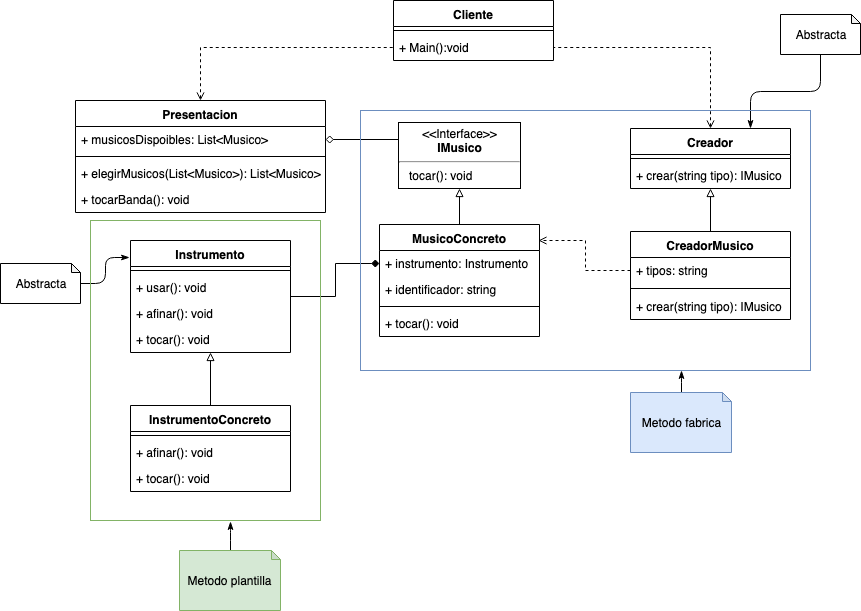
The draw.io diagram Diagrama de clases.png in felipedc09/banda-musicos, before a commit. Source tidied: cells renumbered, new cells last; positions are measured from the earlier drawing's top-left corner, leaving out a move shared by most shapes.
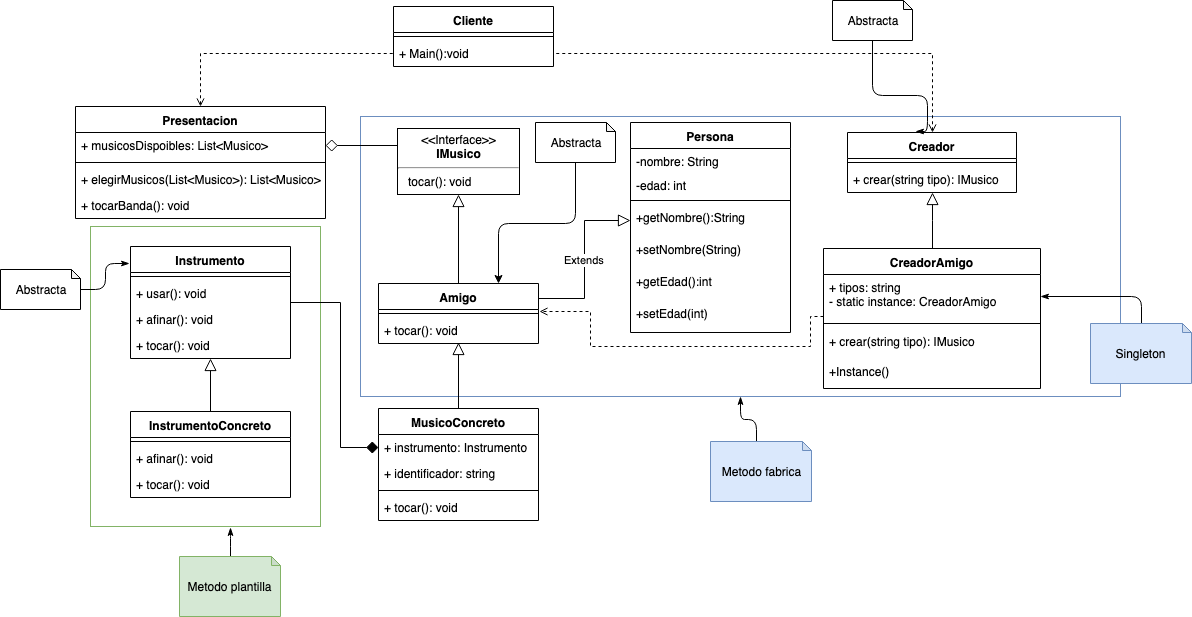
After the commit.

Commit message:
cambio diagrama de clases

Change to the diagram source:
```diff
@@ -2,6 +2,12 @@
   <root>
     <mxCell id="0" />
     <mxCell id="1" parent="0" />
+    <mxCell id="47" style="rounded=0;whiteSpace=wrap;html=1;fillColor=none;strokeColor=#82b366;" parent="1" vertex="1">
+      <mxGeometry x="90" y="220" width="230" height="300" as="geometry" />
+    </mxCell>
+    <mxCell id="46" style="rounded=0;whiteSpace=wrap;html=1;fillColor=none;strokeColor=#6c8ebf;" parent="1" vertex="1">
+      <mxGeometry x="360" y="110" width="760" height="280" as="geometry" />
+    </mxCell>
     <mxCell id="2" style="edgeStyle=orthogonalEdgeStyle;rounded=0;jettySize=auto;html=1;entryX=0;entryY=0.5;entryDx=0;entryDy=0;dashed=1;endArrow=none;endFill=0;startArrow=open;startFill=0;" parent="1" edge="1" source="3" target="38">
       <mxGeometry relative="1" as="geometry" />
     </mxCell>
@@ -20,50 +26,49 @@
     <mxCell id="7" value="+ tocarBanda(): void" style="text;strokeColor=none;fillColor=none;align=left;verticalAlign=top;spacingLeft=4;spacingRight=4;overflow=hidden;" parent="3" vertex="1">
       <mxGeometry y="86" width="250" height="26" as="geometry" />
     </mxCell>
-    <mxCell id="8" style="edgeStyle=orthogonalEdgeStyle;rounded=0;jettySize=auto;html=1;entryX=0.5;entryY=1;entryDx=0;entryDy=0;endArrow=block;endFill=0;" parent="1" edge="1" source="9" target="15">
+    <mxCell id="8" style="edgeStyle=orthogonalEdgeStyle;rounded=0;jettySize=auto;html=1;entryX=0.5;entryY=1;entryDx=0;entryDy=0;endArrow=block;endFill=0;endSize=10;" parent="1" edge="1" source="9" target="15">
       <mxGeometry relative="1" as="geometry" />
     </mxCell>
-    <mxCell id="9" value="MusicoConcreto" style="swimlane;fontStyle=1;align=center;verticalAlign=top;horizontal=1;startSize=26;" parent="1" vertex="1">
-      <mxGeometry x="379" y="224" width="160" height="112" as="geometry" />
+    <mxCell id="9" value="Amigo" style="swimlane;fontStyle=1;align=center;verticalAlign=top;horizontal=1;startSize=26;" parent="1" vertex="1">
+      <mxGeometry x="378" y="277" width="160" height="60" as="geometry" />
     </mxCell>
-    <mxCell id="10" value="+ instrumento: Instrumento" style="text;strokeColor=none;fillColor=none;align=left;verticalAlign=top;spacingLeft=4;spacingRight=4;overflow=hidden;points=[[0,0.5],[1,0.5]];portConstraint=eastwest;" parent="9" vertex="1">
-      <mxGeometry y="26" width="160" height="26" as="geometry" />
-    </mxCell>
-    <mxCell id="11" value="+ identificador: string" style="text;strokeColor=none;fillColor=none;align=left;verticalAlign=top;spacingLeft=4;spacingRight=4;overflow=hidden;" parent="9" vertex="1">
-      <mxGeometry y="52" width="160" height="26" as="geometry" />
-    </mxCell>
     <mxCell id="12" style="line;strokeWidth=1;fillColor=none;align=left;verticalAlign=middle;spacingTop=-1;spacingLeft=3;spacingRight=3;labelPosition=right;" parent="9" vertex="1">
-      <mxGeometry y="78" width="160" height="8" as="geometry" />
+      <mxGeometry y="26" width="160" height="8" as="geometry" />
     </mxCell>
     <mxCell id="13" value="+ tocar(): void" style="text;strokeColor=none;fillColor=none;align=left;verticalAlign=top;spacingLeft=4;spacingRight=4;overflow=hidden;points=[[0,0.5],[1,0.5]];portConstraint=eastwest;" parent="9" vertex="1">
-      <mxGeometry y="86" width="160" height="26" as="geometry" />
+      <mxGeometry y="34" width="160" height="26" as="geometry" />
     </mxCell>
-    <mxCell id="14" style="edgeStyle=orthogonalEdgeStyle;rounded=0;jettySize=auto;html=1;endArrow=diamond;endFill=0;exitX=0;exitY=0.25;exitDx=0;exitDy=0;" parent="1" edge="1" source="15" target="4">
+    <mxCell id="14" style="edgeStyle=orthogonalEdgeStyle;rounded=0;jettySize=auto;html=1;endArrow=diamond;endFill=0;exitX=0;exitY=0.25;exitDx=0;exitDy=0;startSize=8;endSize=10;" parent="1" edge="1" source="15" target="4">
       <mxGeometry relative="1" as="geometry" />
     </mxCell>
     <mxCell id="15" value="&lt;p style=&quot;margin: 0px ; margin-top: 4px ; text-align: center&quot;&gt;&amp;lt;&amp;lt;Interface&amp;gt;&amp;gt;&lt;br&gt;&lt;b&gt;IMusico&lt;/b&gt;&lt;/p&gt;&lt;hr&gt;&lt;p style=&quot;margin: 0px ; margin-top: 4px ; margin-left: 10px ; text-align: left&quot;&gt;tocar(): void&lt;/p&gt;" style="shape=rect;html=1;overflow=fill;whiteSpace=wrap;" parent="1" vertex="1">
-      <mxGeometry x="398" y="122" width="122" height="66" as="geometry" />
+      <mxGeometry x="397" y="122" width="122" height="66" as="geometry" />
     </mxCell>
-    <mxCell id="16" style="edgeStyle=orthogonalEdgeStyle;rounded=0;jettySize=auto;html=1;entryX=0.5;entryY=0;entryDx=0;entryDy=0;endArrow=none;endFill=0;startArrow=block;startFill=0;" parent="1" edge="1" source="18" target="32">
+    <mxCell id="16" style="edgeStyle=orthogonalEdgeStyle;rounded=0;jettySize=auto;html=1;entryX=0.5;entryY=0;entryDx=0;entryDy=0;endArrow=none;endFill=0;startArrow=block;startFill=0;endSize=10;targetPerimeterSpacing=10;startSize=10;" parent="1" edge="1" source="18" target="32">
       <mxGeometry relative="1" as="geometry" />
     </mxCell>
     <mxCell id="17" style="edgeStyle=orthogonalEdgeStyle;rounded=0;jettySize=auto;html=1;entryX=1;entryY=0.5;entryDx=0;entryDy=0;dashed=1;endArrow=none;endFill=0;startArrow=open;startFill=0;" parent="1" edge="1" source="18" target="38">
       <mxGeometry relative="1" as="geometry" />
     </mxCell>
     <mxCell id="18" value="Creador" style="swimlane;fontStyle=1;align=center;verticalAlign=top;horizontal=1;startSize=26;" parent="1" vertex="1">
-      <mxGeometry x="630" y="128" width="160" height="60" as="geometry" />
+      <mxGeometry x="847" y="126" width="169" height="60" as="geometry" />
     </mxCell>
     <mxCell id="19" style="line;strokeWidth=1;fillColor=none;align=left;verticalAlign=middle;spacingTop=-1;spacingLeft=3;spacingRight=3;labelPosition=right;" parent="18" vertex="1">
-      <mxGeometry y="26" width="160" height="8" as="geometry" />
+      <mxGeometry y="26" width="169" height="8" as="geometry" />
     </mxCell>
     <mxCell id="20" value="+ crear(string tipo): IMusico&#10;" style="text;strokeColor=none;fillColor=none;align=left;verticalAlign=top;spacingLeft=4;spacingRight=4;overflow=hidden;" parent="18" vertex="1">
-      <mxGeometry y="34" width="160" height="26" as="geometry" />
+      <mxGeometry y="34" width="169" height="26" as="geometry" />
     </mxCell>
-    <mxCell id="21" style="edgeStyle=orthogonalEdgeStyle;rounded=0;jettySize=auto;html=1;entryX=0.5;entryY=0;entryDx=0;entryDy=0;endArrow=none;endFill=0;startArrow=block;startFill=0;" parent="1" edge="1" source="23" target="28">
+    <mxCell id="21" style="edgeStyle=orthogonalEdgeStyle;rounded=0;jettySize=auto;html=1;entryX=0.5;entryY=0;entryDx=0;entryDy=0;endArrow=none;endFill=0;startArrow=block;startFill=0;endSize=10;startSize=10;" parent="1" edge="1" source="23" target="28">
       <mxGeometry relative="1" as="geometry" />
     </mxCell>
-    <mxCell id="22" style="edgeStyle=orthogonalEdgeStyle;rounded=0;jettySize=auto;html=1;entryX=0;entryY=0.5;entryDx=0;entryDy=0;startArrow=none;startFill=0;endArrow=diamond;endFill=1;" parent="1" edge="1" source="23" target="10">
-      <mxGeometry relative="1" as="geometry" />
+    <mxCell id="22" style="edgeStyle=orthogonalEdgeStyle;rounded=0;jettySize=auto;html=1;entryX=0;entryY=0.5;entryDx=0;entryDy=0;startArrow=none;startFill=0;endArrow=diamond;endFill=1;endSize=10;" parent="1" edge="1" source="23" target="10">
+      <mxGeometry relative="1" as="geometry">
+        <Array as="points">
+          <mxPoint x="340" y="296" />
+          <mxPoint x="340" y="441" />
+        </Array>
+      </mxGeometry>
     </mxCell>
     <mxCell id="23" value="Instrumento" style="swimlane;fontStyle=1;align=center;verticalAlign=top;horizontal=1;startSize=26;" parent="1" vertex="1">
       <mxGeometry x="130" y="240" width="160" height="112" as="geometry" />
@@ -92,18 +97,21 @@
     <mxCell id="31" value="+ tocar(): void" style="text;strokeColor=none;fillColor=none;align=left;verticalAlign=top;spacingLeft=4;spacingRight=4;overflow=hidden;" parent="28" vertex="1">
       <mxGeometry y="60" width="160" height="26" as="geometry" />
     </mxCell>
-    <mxCell id="32" value="CreadorMusico" style="swimlane;fontStyle=1;align=center;verticalAlign=top;horizontal=1;startSize=26;" parent="1" vertex="1">
-      <mxGeometry x="630" y="231" width="160" height="88" as="geometry" />
+    <mxCell id="32" value="CreadorAmigo" style="swimlane;fontStyle=1;align=center;verticalAlign=top;horizontal=1;startSize=26;" parent="1" vertex="1">
+      <mxGeometry x="823" y="242" width="217" height="140" as="geometry" />
     </mxCell>
-    <mxCell id="33" value="+ tipos: string&#10;" style="text;strokeColor=none;fillColor=none;align=left;verticalAlign=top;spacingLeft=4;spacingRight=4;overflow=hidden;points=[[0,0.5],[1,0.5]];portConstraint=eastwest;" parent="32" vertex="1">
-      <mxGeometry y="26" width="160" height="26" as="geometry" />
+    <mxCell id="33" value="+ tipos: string&#10;- static instance: CreadorAmigo" style="text;strokeColor=none;fillColor=none;align=left;verticalAlign=top;spacingLeft=4;spacingRight=4;overflow=hidden;points=[[0,0.5],[1,0.5]];portConstraint=eastwest;" parent="32" vertex="1">
+      <mxGeometry y="26" width="217" height="44" as="geometry" />
     </mxCell>
     <mxCell id="34" style="line;strokeWidth=1;fillColor=none;align=left;verticalAlign=middle;spacingTop=-1;spacingLeft=3;spacingRight=3;labelPosition=right;" parent="32" vertex="1">
-      <mxGeometry y="52" width="160" height="10" as="geometry" />
+      <mxGeometry y="70" width="217" height="10" as="geometry" />
     </mxCell>
     <mxCell id="35" value="+ crear(string tipo): IMusico&#10;" style="text;strokeColor=none;fillColor=none;align=left;verticalAlign=top;spacingLeft=4;spacingRight=4;overflow=hidden;" parent="32" vertex="1">
-      <mxGeometry y="62" width="160" height="26" as="geometry" />
+      <mxGeometry y="80" width="217" height="30" as="geometry" />
     </mxCell>
+    <mxCell id="50" value="+Instance()&#10;" style="text;strokeColor=none;fillColor=none;align=left;verticalAlign=top;spacingLeft=4;spacingRight=4;overflow=hidden;" parent="32" vertex="1">
+      <mxGeometry y="110" width="217" height="30" as="geometry" />
+    </mxCell>
     <mxCell id="36" value="Cliente" style="swimlane;fontStyle=1;align=center;verticalAlign=top;horizontal=1;startSize=26;" parent="1" vertex="1">
       <mxGeometry x="393" width="160" height="60" as="geometry" />
     </mxCell>
@@ -113,14 +121,27 @@
     <mxCell id="38" value="+ Main():void&#10;" style="text;strokeColor=none;fillColor=none;align=left;verticalAlign=top;spacingLeft=4;spacingRight=4;overflow=hidden;points=[[0,0.5],[1,0.5]];portConstraint=eastwest;" parent="36" vertex="1">
       <mxGeometry y="34" width="160" height="26" as="geometry" />
     </mxCell>
-    <mxCell id="39" style="edgeStyle=orthogonalEdgeStyle;rounded=0;jettySize=auto;html=1;dashed=1;startArrow=none;startFill=0;endArrow=open;endFill=0;entryX=0.994;entryY=0.143;entryDx=0;entryDy=0;entryPerimeter=0;" parent="1" edge="1" source="33" target="9">
-      <mxGeometry relative="1" as="geometry" />
+    <mxCell id="39" style="edgeStyle=orthogonalEdgeStyle;rounded=0;jettySize=auto;html=1;dashed=1;startArrow=none;startFill=0;endArrow=open;endFill=0;entryX=1;entryY=0.5;entryDx=0;entryDy=0;exitX=0;exitY=0.955;exitDx=0;exitDy=0;exitPerimeter=0;" parent="1" edge="1" source="33">
+      <mxGeometry relative="1" as="geometry">
+        <mxPoint x="539" y="305" as="targetPoint" />
+        <Array as="points">
+          <mxPoint x="810" y="310" />
+          <mxPoint x="810" y="340" />
+          <mxPoint x="590" y="340" />
+          <mxPoint x="590" y="305" />
+        </Array>
+      </mxGeometry>
     </mxCell>
-    <mxCell id="40" style="edgeStyle=orthogonalEdgeStyle;jettySize=auto;html=1;entryX=0.75;entryY=0;entryDx=0;entryDy=0;startArrow=none;startFill=0;endArrow=classicThin;endFill=1;rounded=1;" parent="1" edge="1" source="41" target="18">
-      <mxGeometry relative="1" as="geometry" />
+    <mxCell id="40" style="edgeStyle=orthogonalEdgeStyle;jettySize=auto;html=1;entryX=0.405;entryY=-0.017;entryDx=0;entryDy=0;startArrow=none;startFill=0;endArrow=classicThin;endFill=1;rounded=1;entryPerimeter=0;exitX=0.5;exitY=1;exitDx=0;exitDy=0;exitPerimeter=0;" parent="1" edge="1" source="41" target="18">
+      <mxGeometry relative="1" as="geometry">
+        <Array as="points">
+          <mxPoint x="872" y="89" />
+          <mxPoint x="927" y="89" />
+        </Array>
+      </mxGeometry>
     </mxCell>
     <mxCell id="41" value="Abstracta" style="shape=note;whiteSpace=wrap;html=1;backgroundOutline=1;darkOpacity=0.05;size=9;" parent="1" vertex="1">
-      <mxGeometry x="780" y="14" width="80" height="40" as="geometry" />
+      <mxGeometry x="832" y="-6" width="80" height="40" as="geometry" />
     </mxCell>
     <mxCell id="42" style="edgeStyle=orthogonalEdgeStyle;rounded=1;jettySize=auto;html=1;entryX=-0.006;entryY=0.152;entryDx=0;entryDy=0;entryPerimeter=0;startArrow=none;startFill=0;endArrow=classicThin;endFill=1;" parent="1" edge="1" source="43" target="23">
       <mxGeometry relative="1" as="geometry" />
@@ -128,23 +149,74 @@
     <mxCell id="43" value="Abstracta" style="shape=note;whiteSpace=wrap;html=1;backgroundOutline=1;darkOpacity=0.05;size=9;" parent="1" vertex="1">
       <mxGeometry y="263" width="80" height="40" as="geometry" />
     </mxCell>
-    <mxCell id="44" style="edgeStyle=orthogonalEdgeStyle;rounded=1;jettySize=auto;html=1;entryX=0.713;entryY=1;entryDx=0;entryDy=0;entryPerimeter=0;startArrow=none;startFill=0;endArrow=classicThin;endFill=1;" parent="1" edge="1" source="45" target="46">
+    <mxCell id="44" style="edgeStyle=orthogonalEdgeStyle;rounded=1;jettySize=auto;html=1;startArrow=none;startFill=0;endArrow=classicThin;endFill=1;exitX=0;exitY=0;exitDx=46;exitDy=0;exitPerimeter=0;entryX=0.5;entryY=1;entryDx=0;entryDy=0;" parent="1" edge="1" source="45" target="46">
       <mxGeometry relative="1" as="geometry" />
     </mxCell>
     <mxCell id="45" value="Metodo fabrica" style="shape=note;whiteSpace=wrap;html=1;backgroundOutline=1;darkOpacity=0.05;size=9;fillColor=#dae8fc;strokeColor=#6c8ebf;" parent="1" vertex="1">
-      <mxGeometry x="630" y="392" width="101" height="60" as="geometry" />
+      <mxGeometry x="710" y="435" width="101" height="60" as="geometry" />
     </mxCell>
-    <mxCell id="46" style="rounded=0;whiteSpace=wrap;html=1;fillColor=none;strokeColor=#6c8ebf;" parent="1" vertex="1">
-      <mxGeometry x="360" y="110" width="450" height="260" as="geometry" />
-    </mxCell>
-    <mxCell id="47" style="rounded=0;whiteSpace=wrap;html=1;fillColor=none;strokeColor=#82b366;" parent="1" vertex="1">
-      <mxGeometry x="90" y="220" width="230" height="300" as="geometry" />
-    </mxCell>
     <mxCell id="48" style="edgeStyle=orthogonalEdgeStyle;rounded=1;jettySize=auto;html=1;entryX=0.609;entryY=1.003;entryDx=0;entryDy=0;entryPerimeter=0;startArrow=none;startFill=0;endArrow=classicThin;endFill=1;" parent="1" edge="1" source="49" target="47">
       <mxGeometry relative="1" as="geometry" />
     </mxCell>
     <mxCell id="49" value="Metodo plantilla" style="shape=note;whiteSpace=wrap;html=1;backgroundOutline=1;darkOpacity=0.05;size=9;fillColor=#d5e8d4;strokeColor=#82b366;" parent="1" vertex="1">
       <mxGeometry x="179" y="550" width="101" height="60" as="geometry" />
     </mxCell>
+    <mxCell id="51" value="Persona" style="swimlane;fontStyle=1;align=center;verticalAlign=top;horizontal=1;startSize=26;" parent="1" vertex="1">
+      <mxGeometry x="630" y="116" width="160" height="210" as="geometry" />
+    </mxCell>
+    <mxCell id="52" value="-nombre: String" style="text;strokeColor=none;fillColor=none;align=left;verticalAlign=top;spacingLeft=4;spacingRight=4;overflow=hidden;" parent="51" vertex="1">
+      <mxGeometry y="26" width="160" height="24" as="geometry" />
+    </mxCell>
+    <mxCell id="53" value="-edad: int" style="text;strokeColor=none;fillColor=none;align=left;verticalAlign=top;spacingLeft=4;spacingRight=4;overflow=hidden;" parent="51" vertex="1">
+      <mxGeometry y="50" width="160" height="24" as="geometry" />
+    </mxCell>
+    <mxCell id="54" style="line;strokeWidth=1;fillColor=none;align=left;verticalAlign=middle;spacingTop=-1;spacingLeft=3;spacingRight=3;labelPosition=right;" parent="51" vertex="1">
+      <mxGeometry y="74" width="160" height="8" as="geometry" />
+    </mxCell>
+    <mxCell id="55" value="+getNombre():String&#10;" style="text;strokeColor=none;fillColor=none;align=left;verticalAlign=top;spacingLeft=4;spacingRight=4;overflow=hidden;points=[[0,0.5],[1,0.5]];portConstraint=eastwest;" parent="51" vertex="1">
+      <mxGeometry y="82" width="160" height="32" as="geometry" />
+    </mxCell>
+    <mxCell id="56" value="+setNombre(String)&#10;" style="text;strokeColor=none;fillColor=none;align=left;verticalAlign=top;spacingLeft=4;spacingRight=4;overflow=hidden;" parent="51" vertex="1">
+      <mxGeometry y="114" width="160" height="32" as="geometry" />
+    </mxCell>
+    <mxCell id="57" value="+getEdad():int&#10;" style="text;strokeColor=none;fillColor=none;align=left;verticalAlign=top;spacingLeft=4;spacingRight=4;overflow=hidden;" parent="51" vertex="1">
+      <mxGeometry y="146" width="160" height="32" as="geometry" />
+    </mxCell>
+    <mxCell id="58" value="+setEdad(int)&#10;" style="text;strokeColor=none;fillColor=none;align=left;verticalAlign=top;spacingLeft=4;spacingRight=4;overflow=hidden;" parent="51" vertex="1">
+      <mxGeometry y="178" width="160" height="32" as="geometry" />
+    </mxCell>
+    <mxCell id="59" value="Extends" style="endArrow=block;endSize=10;endFill=0;html=1;edgeStyle=orthogonalEdgeStyle;exitX=1;exitY=0.25;exitDx=0;exitDy=0;rounded=0;" parent="1" edge="1" source="9" target="55">
+      <mxGeometry relative="1" as="geometry" />
+    </mxCell>
+    <mxCell id="60" style="edgeStyle=orthogonalEdgeStyle;rounded=0;jettySize=auto;html=1;entryX=0.5;entryY=0.962;entryDx=0;entryDy=0;entryPerimeter=0;startSize=10;endSize=10;targetPerimeterSpacing=10;endArrow=block;endFill=0;" parent="1" edge="1" source="61" target="13">
+      <mxGeometry relative="1" as="geometry" />
+    </mxCell>
+    <mxCell id="61" value="MusicoConcreto" style="swimlane;fontStyle=1;align=center;verticalAlign=top;horizontal=1;startSize=26;" parent="1" vertex="1">
+      <mxGeometry x="378" y="402" width="160" height="112" as="geometry" />
+    </mxCell>
+    <mxCell id="10" value="+ instrumento: Instrumento" style="text;strokeColor=none;fillColor=none;align=left;verticalAlign=top;spacingLeft=4;spacingRight=4;overflow=hidden;points=[[0,0.5],[1,0.5]];portConstraint=eastwest;" parent="61" vertex="1">
+      <mxGeometry y="26" width="160" height="26" as="geometry" />
+    </mxCell>
+    <mxCell id="11" value="+ identificador: string" style="text;strokeColor=none;fillColor=none;align=left;verticalAlign=top;spacingLeft=4;spacingRight=4;overflow=hidden;" parent="61" vertex="1">
+      <mxGeometry y="52" width="160" height="26" as="geometry" />
+    </mxCell>
+    <mxCell id="62" style="line;strokeWidth=1;fillColor=none;align=left;verticalAlign=middle;spacingTop=-1;spacingLeft=3;spacingRight=3;labelPosition=right;" parent="61" vertex="1">
+      <mxGeometry y="78" width="160" height="8" as="geometry" />
+    </mxCell>
+    <mxCell id="63" value="+ tocar(): void" style="text;strokeColor=none;fillColor=none;align=left;verticalAlign=top;spacingLeft=4;spacingRight=4;overflow=hidden;" parent="61" vertex="1">
+      <mxGeometry y="86" width="160" height="26" as="geometry" />
+    </mxCell>
+    <mxCell id="64" style="edgeStyle=orthogonalEdgeStyle;rounded=1;jettySize=auto;html=1;entryX=0.75;entryY=0;entryDx=0;entryDy=0;exitX=0.5;exitY=1;exitDx=0;exitDy=0;exitPerimeter=0;" parent="1" edge="1" source="65" target="9">
+      <mxGeometry relative="1" as="geometry" />
+    </mxCell>
+    <mxCell id="65" value="Abstracta" style="shape=note;whiteSpace=wrap;html=1;backgroundOutline=1;darkOpacity=0.05;size=9;" parent="1" vertex="1">
+      <mxGeometry x="535" y="116" width="80" height="40" as="geometry" />
+    </mxCell>
+    <mxCell id="66" style="edgeStyle=orthogonalEdgeStyle;rounded=1;jettySize=auto;html=1;entryX=1;entryY=0.5;entryDx=0;entryDy=0;startSize=8;endArrow=classicThin;endFill=1;endSize=6;targetPerimeterSpacing=10;" parent="1" edge="1" source="67" target="33">
+      <mxGeometry relative="1" as="geometry" />
+    </mxCell>
+    <mxCell id="67" value="Singleton" style="shape=note;whiteSpace=wrap;html=1;backgroundOutline=1;darkOpacity=0.05;size=9;fillColor=#dae8fc;strokeColor=#6c8ebf;" parent="1" vertex="1">
+      <mxGeometry x="1090" y="317" width="101" height="60" as="geometry" />
+    </mxCell>
   </root>
 </mxGraphModel>
```
